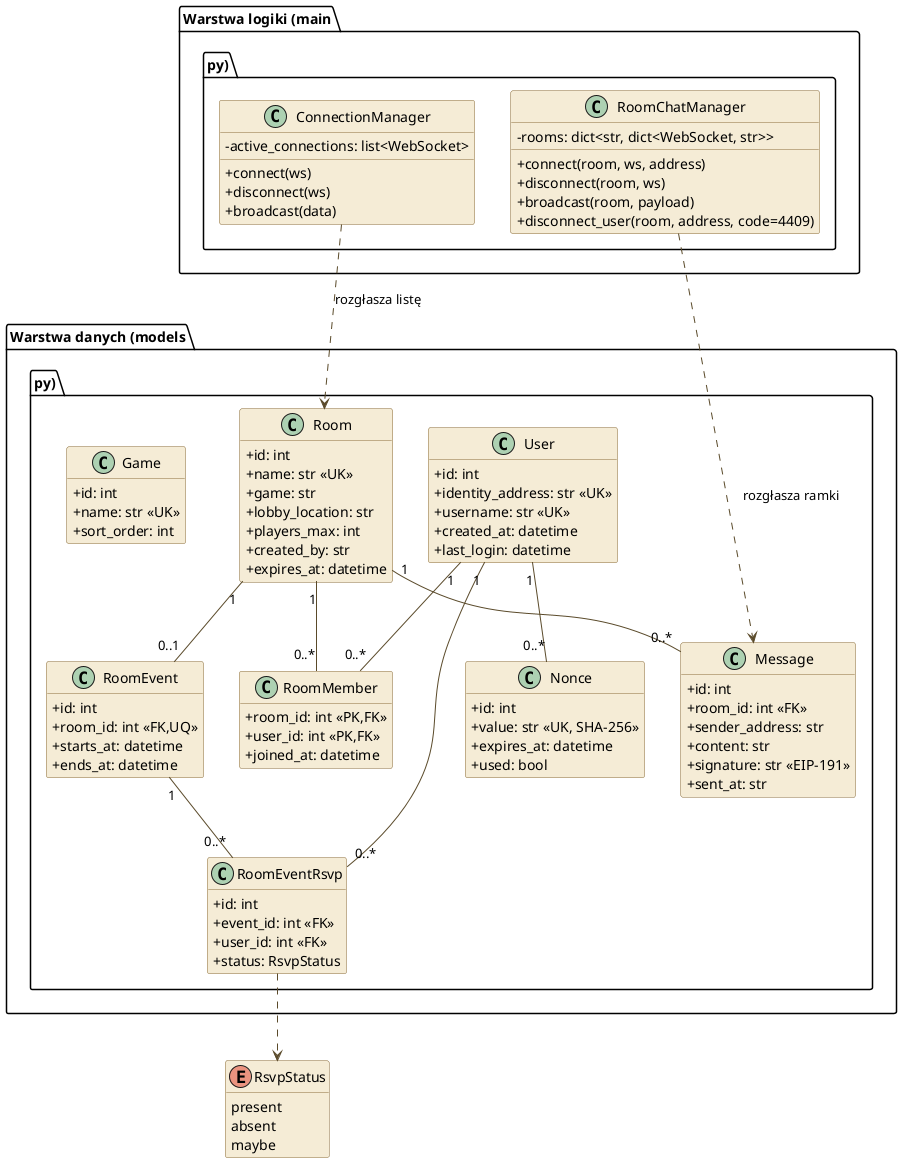
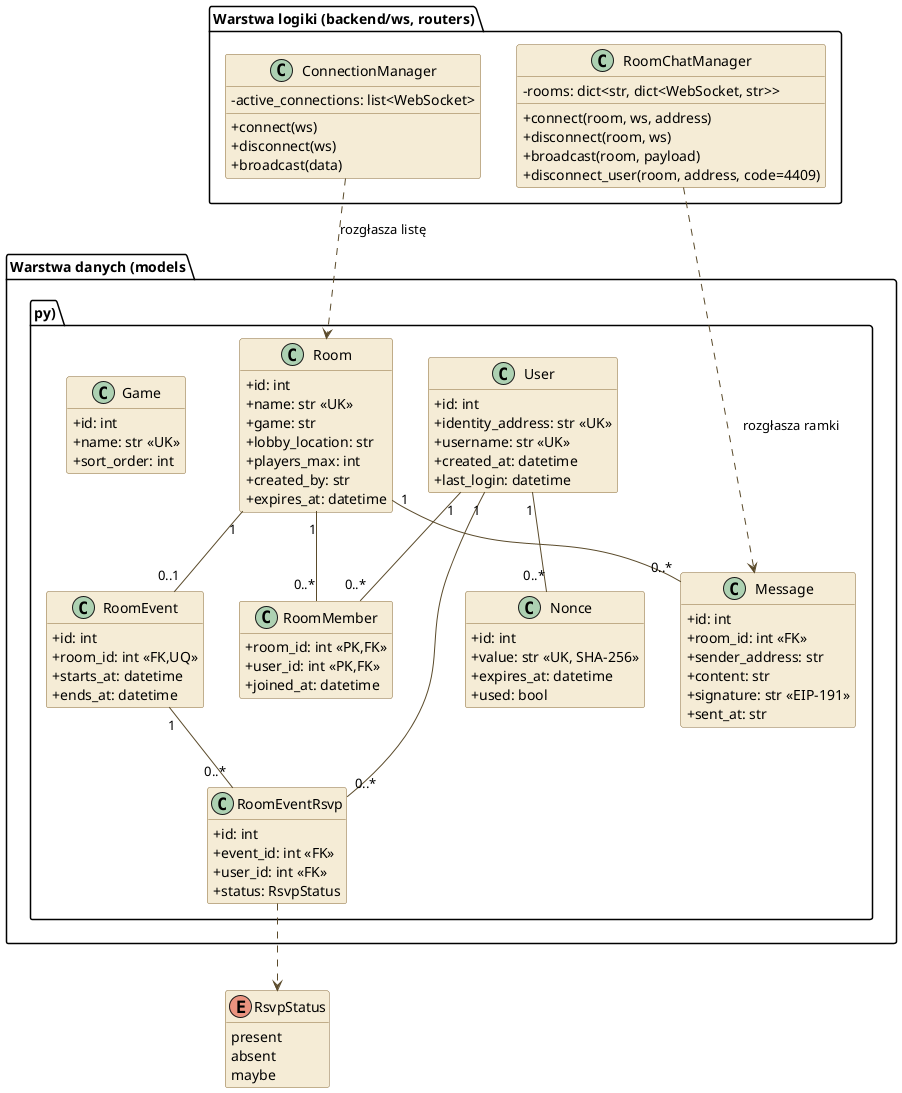
@startuml klasy
' Diagram klas - PlayLink (encje SQLModel + menedżery WebSocket)
skinparam backgroundColor #FFFFFF
skinparam shadowing false
skinparam classAttributeIconSize 0
skinparam class {
  BackgroundColor #f5ecd6
  BorderColor #8a6d3b
  ArrowColor #5a4a2a
}
hide empty members

enum RsvpStatus {
  present
  absent
  maybe
}

package "Warstwa danych (models.py)" {
  class User {
    +id: int
    +identity_address: str «UK»
    +username: str «UK»
    +created_at: datetime
    +last_login: datetime
  }
  class Room {
    +id: int
    +name: str «UK»
    +game: str
    +lobby_location: str
    +players_max: int
    +created_by: str
    +expires_at: datetime
  }
  class RoomMember {
    +room_id: int «PK,FK»
    +user_id: int «PK,FK»
    +joined_at: datetime
  }
  class Message {
    +id: int
    +room_id: int «FK»
    +sender_address: str
    +content: str
    +signature: str «EIP-191»
    +sent_at: str
  }
  class RoomEvent {
    +id: int
    +room_id: int «FK,UQ»
    +starts_at: datetime
    +ends_at: datetime
  }
  class RoomEventRsvp {
    +id: int
    +event_id: int «FK»
    +user_id: int «FK»
    +status: RsvpStatus
  }
  class Game {
    +id: int
    +name: str «UK»
    +sort_order: int
  }
  class Nonce {
    +id: int
    +value: str «UK, SHA-256»
    +expires_at: datetime
    +used: bool
  }
}

- package "Warstwa logiki (main.py)" {
+ package "Warstwa logiki (backend/ws, routers)" {
  class ConnectionManager {
    -active_connections: list<WebSocket>
    +connect(ws)
    +disconnect(ws)
    +broadcast(data)
  }
  class RoomChatManager {
    -rooms: dict<str, dict<WebSocket, str>>
    +connect(room, ws, address)
    +disconnect(room, ws)
    +broadcast(room, payload)
    +disconnect_user(room, address, code=4409)
  }
}

User "1" -- "0..*" Nonce
User "1" -- "0..*" RoomMember
Room "1" -- "0..*" RoomMember
Room "1" -- "0..*" Message
Room "1" -- "0..1" RoomEvent
RoomEvent "1" -- "0..*" RoomEventRsvp
User "1" -- "0..*" RoomEventRsvp
RoomEventRsvp ..> RsvpStatus

ConnectionManager ..> Room : rozgłasza listę
RoomChatManager ..> Message : rozgłasza ramki
@enduml
